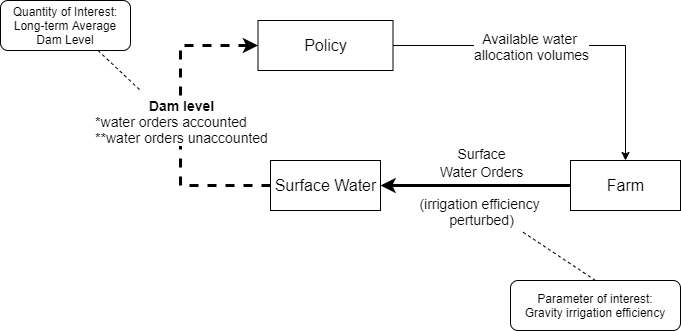
This is figures/simplified_CIM_diagram.png from ConnectedSystems/oat-use, a draw.io export, as it was before one commit. Source tidied: cells renumbered, new cells last; positions are measured from the earlier drawing's top-left corner, leaving out a move shared by most shapes. Its diagram source:
```xml
<mxGraphModel>
  <root>
    <mxCell id="0" />
    <mxCell id="1" parent="0" />
    <mxCell id="2" value="&lt;font style=&quot;font-size: 16px&quot;&gt;Farm&lt;/font&gt;" style="html=1;strokeWidth=1;strokeColor=#000000;" parent="1" vertex="1">
      <mxGeometry x="570" y="160" width="110" height="50" as="geometry" />
    </mxCell>
    <mxCell id="3" value="&lt;font style=&quot;font-size: 16px&quot;&gt;Policy&lt;/font&gt;" style="html=1;strokeWidth=1;strokeColor=#000000;" parent="1" vertex="1">
      <mxGeometry x="257.5" y="20" width="135" height="50" as="geometry" />
    </mxCell>
    <mxCell id="4" value="&lt;font style=&quot;font-size: 16px&quot;&gt;Surface Water&lt;/font&gt;" style="html=1;strokeWidth=1;strokeColor=#000000;" parent="1" vertex="1">
      <mxGeometry x="270" y="160" width="110" height="50" as="geometry" />
    </mxCell>
    <mxCell id="5" style="edgeStyle=orthogonalEdgeStyle;rounded=0;html=1;exitX=1;exitY=0.5;entryX=0.5;entryY=0;startArrow=none;startFill=0;endArrow=classic;endFill=1;jettySize=auto;entryDx=0;entryDy=0;" parent="1" edge="1" source="3" target="2">
      <mxGeometry relative="1" as="geometry" />
    </mxCell>
    <mxCell id="6" value="Available water&amp;nbsp;&lt;br&gt;allocation volumes" style="text;html=1;align=center;verticalAlign=middle;labelBackgroundColor=#ffffff;fontSize=14;" parent="5" vertex="1">
      <mxGeometry x="-0.25" y="-1" relative="1" as="geometry">
        <mxPoint x="6.5" y="-1" as="offset" />
      </mxGeometry>
    </mxCell>
    <mxCell id="7" style="edgeStyle=orthogonalEdgeStyle;rounded=0;html=1;exitX=0;exitY=0.5;entryX=1;entryY=0.5;startArrow=none;startFill=0;endArrow=classic;endFill=1;jettySize=auto;entryDx=0;entryDy=0;strokeWidth=3;exitDx=0;exitDy=0;" parent="1" edge="1" source="2" target="4">
      <mxGeometry relative="1" as="geometry">
        <Array as="points">
          <mxPoint x="380" y="185" />
        </Array>
      </mxGeometry>
    </mxCell>
    <mxCell id="8" value="&lt;span style=&quot;font-size: 14px&quot;&gt;Surface&lt;/span&gt;&lt;br style=&quot;font-size: 14px;&quot;&gt;&lt;span style=&quot;font-size: 14px&quot;&gt;Water Orders&lt;br&gt;&lt;br&gt;(irrigation efficiency &lt;br&gt;perturbed)&lt;br&gt;&lt;/span&gt;" style="text;html=1;align=center;verticalAlign=middle;labelBackgroundColor=none;" parent="7" vertex="1">
      <mxGeometry x="-0.26" y="-1" relative="1" as="geometry">
        <mxPoint x="-20" y="1" as="offset" />
      </mxGeometry>
    </mxCell>
    <mxCell id="9" style="edgeStyle=orthogonalEdgeStyle;rounded=0;html=1;exitX=0;exitY=0.5;entryX=0;entryY=0.5;startArrow=none;startFill=0;endArrow=classic;endFill=1;jettySize=auto;exitDx=0;exitDy=0;strokeWidth=3;dashed=1;" parent="1" edge="1" source="4" target="3">
      <mxGeometry relative="1" as="geometry">
        <Array as="points">
          <mxPoint x="180" y="185" />
          <mxPoint x="180" y="45" />
        </Array>
      </mxGeometry>
    </mxCell>
    <mxCell id="10" value="&lt;font style=&quot;font-size: 14px&quot;&gt;&lt;b&gt;Dam level&lt;/b&gt;&lt;br&gt;&lt;div style=&quot;text-align: left&quot;&gt;*water orders accounted&lt;/div&gt;&lt;div style=&quot;text-align: left&quot;&gt;**water orders unaccounted&lt;/div&gt;&lt;/font&gt;" style="text;html=1;align=center;verticalAlign=middle;labelBackgroundColor=#ffffff;fontSize=14;" parent="9" vertex="1">
      <mxGeometry x="-0.21" y="-1" relative="1" as="geometry">
        <mxPoint x="-1" y="-34" as="offset" />
      </mxGeometry>
    </mxCell>
    <mxCell id="11" style="rounded=0;jettySize=auto;html=1;exitX=0.5;exitY=0;exitDx=0;exitDy=0;dashed=1;strokeWidth=1;endArrow=none;endFill=0;" parent="1" edge="1" source="12">
      <mxGeometry relative="1" as="geometry">
        <mxPoint x="520" y="230" as="targetPoint" />
      </mxGeometry>
    </mxCell>
    <mxCell id="12" value="Parameter of interest:&lt;br&gt;Gravity irrigation efficiency" style="text;html=1;strokeColor=#000000;fillColor=none;align=center;verticalAlign=middle;whiteSpace=wrap;rounded=1;labelBackgroundColor=none;" parent="1" vertex="1">
      <mxGeometry x="510" y="280" width="170" height="50" as="geometry" />
    </mxCell>
    <mxCell id="13" style="edgeStyle=none;rounded=0;jettySize=auto;html=1;exitX=0.75;exitY=1;exitDx=0;exitDy=0;dashed=1;endArrow=none;endFill=0;strokeWidth=1;" parent="1" edge="1" source="14">
      <mxGeometry relative="1" as="geometry">
        <mxPoint x="140" y="90" as="targetPoint" />
      </mxGeometry>
    </mxCell>
    <mxCell id="14" value="Quantity of Interest:&lt;br&gt;Long-term Average Dam Level" style="text;html=1;strokeColor=#000000;fillColor=none;align=center;verticalAlign=middle;whiteSpace=wrap;rounded=1;labelBackgroundColor=none;" parent="1" vertex="1">
      <mxGeometry width="130" height="50" as="geometry" />
    </mxCell>
  </root>
</mxGraphModel>
```
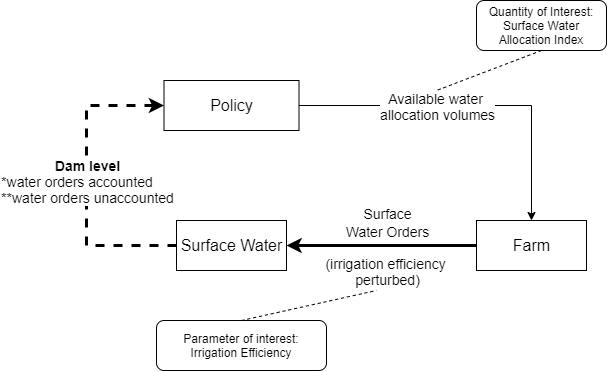
After the change.

The edit, as a diff of the source:
```diff
@@ -44,21 +44,21 @@
         <mxPoint x="-1" y="-34" as="offset" />
       </mxGeometry>
     </mxCell>
-    <mxCell id="11" style="rounded=0;jettySize=auto;html=1;exitX=0.5;exitY=0;exitDx=0;exitDy=0;dashed=1;strokeWidth=1;endArrow=none;endFill=0;" parent="1" edge="1" source="12">
-      <mxGeometry relative="1" as="geometry">
-        <mxPoint x="520" y="230" as="targetPoint" />
-      </mxGeometry>
-    </mxCell>
-    <mxCell id="12" value="Parameter of interest:&lt;br&gt;Gravity irrigation efficiency" style="text;html=1;strokeColor=#000000;fillColor=none;align=center;verticalAlign=middle;whiteSpace=wrap;rounded=1;labelBackgroundColor=none;" parent="1" vertex="1">
-      <mxGeometry x="510" y="280" width="170" height="50" as="geometry" />
-    </mxCell>
-    <mxCell id="13" style="edgeStyle=none;rounded=0;jettySize=auto;html=1;exitX=0.75;exitY=1;exitDx=0;exitDy=0;dashed=1;endArrow=none;endFill=0;strokeWidth=1;" parent="1" edge="1" source="14">
-      <mxGeometry relative="1" as="geometry">
-        <mxPoint x="140" y="90" as="targetPoint" />
-      </mxGeometry>
-    </mxCell>
-    <mxCell id="14" value="Quantity of Interest:&lt;br&gt;Long-term Average Dam Level" style="text;html=1;strokeColor=#000000;fillColor=none;align=center;verticalAlign=middle;whiteSpace=wrap;rounded=1;labelBackgroundColor=none;" parent="1" vertex="1">
-      <mxGeometry width="130" height="50" as="geometry" />
-    </mxCell>
+    <mxCell id="15" style="rounded=0;jettySize=auto;html=1;exitX=0.5;exitY=0;exitDx=0;exitDy=0;dashed=1;strokeWidth=1;endArrow=none;endFill=0;" parent="1" edge="1" source="16">
+      <mxGeometry relative="1" as="geometry">
+        <mxPoint x="470" y="230" as="targetPoint" />
+      </mxGeometry>
+    </mxCell>
+    <mxCell id="16" value="Parameter of interest:&lt;br&gt;Irrigation Efficiency" style="text;html=1;strokeColor=#000000;fillColor=none;align=center;verticalAlign=middle;whiteSpace=wrap;rounded=1;labelBackgroundColor=none;" parent="1" vertex="1">
+      <mxGeometry x="250" y="260" width="170" height="50" as="geometry" />
+    </mxCell>
+    <mxCell id="17" style="edgeStyle=none;rounded=0;jettySize=auto;html=1;exitX=0.5;exitY=1;exitDx=0;exitDy=0;dashed=1;endArrow=none;endFill=0;strokeWidth=1;" parent="1" edge="1" source="18">
+      <mxGeometry relative="1" as="geometry">
+        <mxPoint x="530" y="30" as="targetPoint" />
+      </mxGeometry>
+    </mxCell>
+    <mxCell id="18" value="Quantity of Interest:&lt;br&gt;Surface Water Allocation Index" style="text;html=1;strokeColor=#000000;fillColor=none;align=center;verticalAlign=middle;whiteSpace=wrap;rounded=1;labelBackgroundColor=none;" parent="1" vertex="1">
+      <mxGeometry x="570" y="-60" width="130" height="50" as="geometry" />
+    </mxCell>
   </root>
 </mxGraphModel>
```
